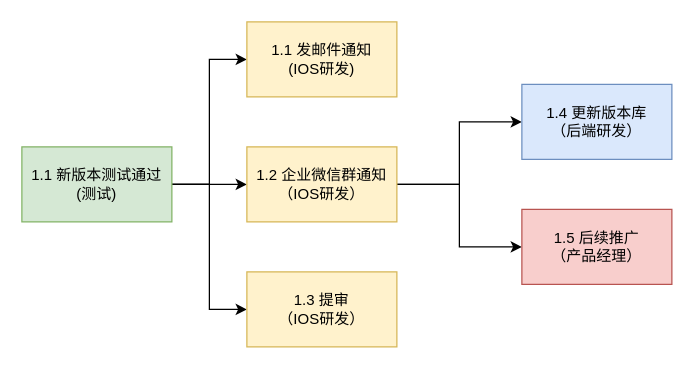
Above: src/口算IOS发版流程.drawio in ctmaster/waf (draw.io), before the change. Source tidied: cells renumbered, new cells numbered last; positions are measured from the earlier drawing's top-left corner, leaving out a move shared by most shapes. Both pictures are drawn from the tidied source at 125%, with x=0, y=0 at pixel (21, 21).
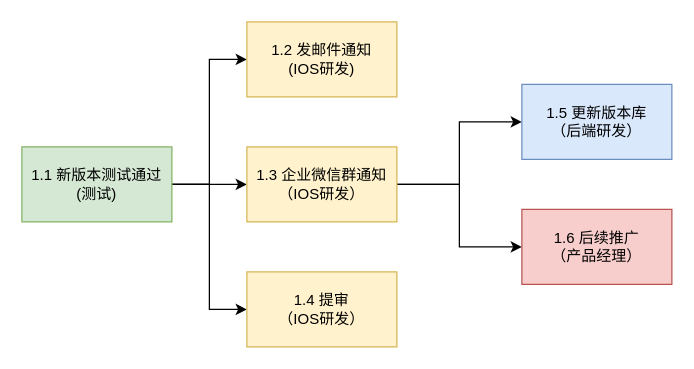
Above is the later version.

Commit message:
Update 口算IOS发版流程.drawio

Diff of the diagram source:
```diff
@@
 <mxGraphModel>
   <root>
     <mxCell id="0" />
     <mxCell id="1" parent="0" />
     <mxCell id="2" style="edgeStyle=orthogonalEdgeStyle;rounded=0;jettySize=auto;html=1;entryX=0;entryY=0.5;entryDx=0;entryDy=0;" parent="1" edge="1" source="5" target="6">
       <mxGeometry relative="1" as="geometry" />
     </mxCell>
     <mxCell id="3" style="edgeStyle=orthogonalEdgeStyle;rounded=0;jettySize=auto;html=1;entryX=0;entryY=0.5;entryDx=0;entryDy=0;" parent="1" edge="1" source="5" target="7">
       <mxGeometry relative="1" as="geometry" />
     </mxCell>
     <mxCell id="4" style="edgeStyle=orthogonalEdgeStyle;rounded=0;jettySize=auto;html=1;entryX=0;entryY=0.5;entryDx=0;entryDy=0;" parent="1" edge="1" source="5" target="10">
       <mxGeometry relative="1" as="geometry" />
     </mxCell>
     <mxCell id="5" value="1.1 新版本测试通过&lt;br&gt;(测试)" style="rounded=0;whiteSpace=wrap;html=1;fillColor=#d5e8d4;strokeColor=#82b366;" parent="1" vertex="1">
       <mxGeometry y="100" width="120" height="60" as="geometry" />
     </mxCell>
-    <mxCell id="6" value="1.3 提审&lt;br&gt;（IOS研发）" style="rounded=0;whiteSpace=wrap;html=1;fillColor=#fff2cc;strokeColor=#d6b656;" parent="1" vertex="1">
+    <mxCell id="6" value="1.4 提审&lt;br&gt;（IOS研发）" style="rounded=0;whiteSpace=wrap;html=1;fillColor=#fff2cc;strokeColor=#d6b656;" parent="1" vertex="1">
       <mxGeometry x="180" y="200" width="120" height="60" as="geometry" />
     </mxCell>
-    <mxCell id="7" value="1.1 发邮件通知&lt;br&gt;(IOS研发)" style="rounded=0;whiteSpace=wrap;html=1;fillColor=#fff2cc;strokeColor=#d6b656;" parent="1" vertex="1">
+    <mxCell id="7" value="1.2 发邮件通知&lt;br&gt;(IOS研发)" style="rounded=0;whiteSpace=wrap;html=1;fillColor=#fff2cc;strokeColor=#d6b656;" parent="1" vertex="1">
       <mxGeometry x="180" width="120" height="60" as="geometry" />
     </mxCell>
     <mxCell id="8" style="edgeStyle=orthogonalEdgeStyle;rounded=0;jettySize=auto;html=1;" parent="1" edge="1" source="10" target="11">
       <mxGeometry relative="1" as="geometry" />
     </mxCell>
     <mxCell id="9" style="edgeStyle=orthogonalEdgeStyle;rounded=0;jettySize=auto;html=1;" parent="1" edge="1" source="10" target="12">
       <mxGeometry relative="1" as="geometry" />
     </mxCell>
-    <mxCell id="10" value="1.2 企业微信群通知&lt;br&gt;（IOS研发）" style="rounded=0;whiteSpace=wrap;html=1;fillColor=#fff2cc;strokeColor=#d6b656;" parent="1" vertex="1">
+    <mxCell id="10" value="1.3 企业微信群通知&lt;br&gt;（IOS研发）" style="rounded=0;whiteSpace=wrap;html=1;fillColor=#fff2cc;strokeColor=#d6b656;" parent="1" vertex="1">
       <mxGeometry x="180" y="100" width="120" height="60" as="geometry" />
     </mxCell>
-    <mxCell id="11" value="1.4 更新版本库&lt;br&gt;（后端研发）" style="rounded=0;whiteSpace=wrap;html=1;fillColor=#dae8fc;strokeColor=#6c8ebf;" parent="1" vertex="1">
+    <mxCell id="11" value="1.5 更新版本库&lt;br&gt;（后端研发）" style="rounded=0;whiteSpace=wrap;html=1;fillColor=#dae8fc;strokeColor=#6c8ebf;" parent="1" vertex="1">
       <mxGeometry x="400" y="50" width="120" height="60" as="geometry" />
     </mxCell>
-    <mxCell id="12" value="1.5 后续推广&lt;br&gt;（产品经理）" style="rounded=0;whiteSpace=wrap;html=1;fillColor=#f8cecc;strokeColor=#b85450;" parent="1" vertex="1">
+    <mxCell id="12" value="1.6 后续推广&lt;br&gt;（产品经理）" style="rounded=0;whiteSpace=wrap;html=1;fillColor=#f8cecc;strokeColor=#b85450;" parent="1" vertex="1">
       <mxGeometry x="400" y="150" width="120" height="60" as="geometry" />
     </mxCell>
   </root>
 </mxGraphModel>
```
